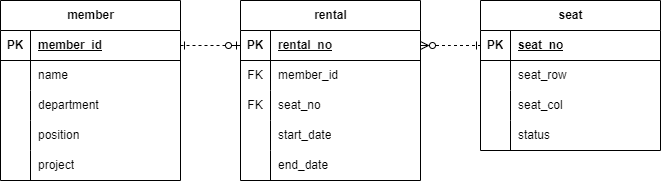
Above: doc/좌석배치erd.png in kdy0707/arranginseats (draw.io), before the change. Source tidied: cells renumbered, new cells last; positions are measured from the earlier drawing's top-left corner, leaving out a move shared by most shapes. Its diagram source:
```xml
<mxGraphModel>
  <root>
    <mxCell id="0" />
    <mxCell id="1" parent="0" />
    <mxCell id="2" value="member" style="shape=table;startSize=30;rowLines=0;fontStyle=1;align=center;html=1;" parent="1" vertex="1">
      <mxGeometry width="180" height="180" as="geometry" />
    </mxCell>
    <mxCell id="3" style="shape=tableRow;horizontal=0;startSize=0;swimlaneHead=0;swimlaneBody=0;fillColor=none;points=[[0,0.5],[1,0.5]];portConstraint=eastwest;top=0;left=0;right=0;bottom=1;" parent="2" vertex="1">
      <mxGeometry y="30" width="180" height="30" as="geometry" />
    </mxCell>
    <mxCell id="4" value="PK" style="shape=partialRectangle;fillColor=none;top=0;left=0;bottom=0;right=0;fontStyle=1;overflow=hidden;whiteSpace=wrap;html=1;" parent="3" vertex="1">
      <mxGeometry width="30" height="30" as="geometry" />
    </mxCell>
    <mxCell id="5" value="member_id" style="shape=partialRectangle;fillColor=none;top=0;left=0;bottom=0;right=0;align=left;spacingLeft=6;fontStyle=5;overflow=hidden;whiteSpace=wrap;html=1;" parent="3" vertex="1">
      <mxGeometry x="30" width="150" height="30" as="geometry" />
    </mxCell>
    <mxCell id="6" style="shape=tableRow;horizontal=0;startSize=0;swimlaneHead=0;swimlaneBody=0;fillColor=none;top=0;left=0;right=0;bottom=0;" parent="2" vertex="1">
      <mxGeometry y="60" width="180" height="30" as="geometry" />
    </mxCell>
    <mxCell id="7" style="shape=partialRectangle;fillColor=none;top=0;left=0;bottom=0;right=0;overflow=hidden;whiteSpace=wrap;html=1;" parent="6" vertex="1">
      <mxGeometry width="30" height="30" as="geometry" />
    </mxCell>
    <mxCell id="8" value="name" style="shape=partialRectangle;fillColor=none;top=0;left=0;bottom=0;right=0;align=left;spacingLeft=6;overflow=hidden;whiteSpace=wrap;html=1;" parent="6" vertex="1">
      <mxGeometry x="30" width="150" height="30" as="geometry" />
    </mxCell>
    <mxCell id="9" style="shape=tableRow;horizontal=0;startSize=0;swimlaneHead=0;swimlaneBody=0;fillColor=none;top=0;left=0;right=0;bottom=0;" parent="2" vertex="1">
      <mxGeometry y="90" width="180" height="30" as="geometry" />
    </mxCell>
    <mxCell id="10" style="shape=partialRectangle;fillColor=none;top=0;left=0;bottom=0;right=0;overflow=hidden;whiteSpace=wrap;html=1;" parent="9" vertex="1">
      <mxGeometry width="30" height="30" as="geometry" />
    </mxCell>
    <mxCell id="11" value="department" style="shape=partialRectangle;fillColor=none;top=0;left=0;bottom=0;right=0;align=left;spacingLeft=6;overflow=hidden;whiteSpace=wrap;html=1;" parent="9" vertex="1">
      <mxGeometry x="30" width="150" height="30" as="geometry" />
    </mxCell>
    <mxCell id="12" style="shape=tableRow;horizontal=0;startSize=0;swimlaneHead=0;swimlaneBody=0;fillColor=none;top=0;left=0;right=0;bottom=0;" parent="2" vertex="1">
      <mxGeometry y="120" width="180" height="30" as="geometry" />
    </mxCell>
    <mxCell id="13" style="shape=partialRectangle;fillColor=none;top=0;left=0;bottom=0;right=0;overflow=hidden;whiteSpace=wrap;html=1;" parent="12" vertex="1">
      <mxGeometry width="30" height="30" as="geometry" />
    </mxCell>
    <mxCell id="14" value="position" style="shape=partialRectangle;fillColor=none;top=0;left=0;bottom=0;right=0;align=left;spacingLeft=6;overflow=hidden;whiteSpace=wrap;html=1;" parent="12" vertex="1">
      <mxGeometry x="30" width="150" height="30" as="geometry" />
    </mxCell>
    <mxCell id="15" style="shape=tableRow;horizontal=0;startSize=0;swimlaneHead=0;swimlaneBody=0;fillColor=none;top=0;left=0;right=0;bottom=0;" parent="2" vertex="1">
      <mxGeometry y="150" width="180" height="30" as="geometry" />
    </mxCell>
    <mxCell id="16" style="shape=partialRectangle;fillColor=none;top=0;left=0;bottom=0;right=0;overflow=hidden;whiteSpace=wrap;html=1;" parent="15" vertex="1">
      <mxGeometry width="30" height="30" as="geometry" />
    </mxCell>
    <mxCell id="17" value="project" style="shape=partialRectangle;fillColor=none;top=0;left=0;bottom=0;right=0;align=left;spacingLeft=6;overflow=hidden;whiteSpace=wrap;html=1;" parent="15" vertex="1">
      <mxGeometry x="30" width="150" height="30" as="geometry" />
    </mxCell>
    <mxCell id="18" value="seat" style="shape=table;startSize=30;rowLines=0;fontStyle=1;align=center;html=1;" parent="1" vertex="1">
      <mxGeometry x="480" width="180" height="150" as="geometry" />
    </mxCell>
    <mxCell id="19" style="shape=tableRow;horizontal=0;startSize=0;swimlaneHead=0;swimlaneBody=0;fillColor=none;points=[[0,0.5],[1,0.5]];portConstraint=eastwest;top=0;left=0;right=0;bottom=1;" parent="18" vertex="1">
      <mxGeometry y="30" width="180" height="30" as="geometry" />
    </mxCell>
    <mxCell id="20" value="PK" style="shape=partialRectangle;fillColor=none;top=0;left=0;bottom=0;right=0;fontStyle=1;overflow=hidden;whiteSpace=wrap;html=1;" parent="19" vertex="1">
      <mxGeometry width="30" height="30" as="geometry" />
    </mxCell>
    <mxCell id="21" value="seat_no" style="shape=partialRectangle;fillColor=none;top=0;left=0;bottom=0;right=0;align=left;spacingLeft=6;fontStyle=5;overflow=hidden;whiteSpace=wrap;html=1;" parent="19" vertex="1">
      <mxGeometry x="30" width="150" height="30" as="geometry" />
    </mxCell>
    <mxCell id="22" style="shape=tableRow;horizontal=0;startSize=0;swimlaneHead=0;swimlaneBody=0;fillColor=none;top=0;left=0;right=0;bottom=0;" parent="18" vertex="1">
      <mxGeometry y="60" width="180" height="30" as="geometry" />
    </mxCell>
    <mxCell id="23" style="shape=partialRectangle;fillColor=none;top=0;left=0;bottom=0;right=0;overflow=hidden;whiteSpace=wrap;html=1;" parent="22" vertex="1">
      <mxGeometry width="30" height="30" as="geometry" />
    </mxCell>
    <mxCell id="24" value="seat_row" style="shape=partialRectangle;fillColor=none;top=0;left=0;bottom=0;right=0;align=left;spacingLeft=6;overflow=hidden;whiteSpace=wrap;html=1;" parent="22" vertex="1">
      <mxGeometry x="30" width="150" height="30" as="geometry" />
    </mxCell>
    <mxCell id="25" style="shape=tableRow;horizontal=0;startSize=0;swimlaneHead=0;swimlaneBody=0;fillColor=none;top=0;left=0;right=0;bottom=0;" parent="18" vertex="1">
      <mxGeometry y="90" width="180" height="30" as="geometry" />
    </mxCell>
    <mxCell id="26" style="shape=partialRectangle;fillColor=none;top=0;left=0;bottom=0;right=0;overflow=hidden;whiteSpace=wrap;html=1;" parent="25" vertex="1">
      <mxGeometry width="30" height="30" as="geometry" />
    </mxCell>
    <mxCell id="27" value="seat_col" style="shape=partialRectangle;fillColor=none;top=0;left=0;bottom=0;right=0;align=left;spacingLeft=6;overflow=hidden;whiteSpace=wrap;html=1;" parent="25" vertex="1">
      <mxGeometry x="30" width="150" height="30" as="geometry" />
    </mxCell>
    <mxCell id="28" style="shape=tableRow;horizontal=0;startSize=0;swimlaneHead=0;swimlaneBody=0;fillColor=none;top=0;left=0;right=0;bottom=0;" parent="18" vertex="1">
      <mxGeometry y="120" width="180" height="30" as="geometry" />
    </mxCell>
    <mxCell id="29" style="shape=partialRectangle;fillColor=none;top=0;left=0;bottom=0;right=0;overflow=hidden;whiteSpace=wrap;html=1;" parent="28" vertex="1">
      <mxGeometry width="30" height="30" as="geometry" />
    </mxCell>
    <mxCell id="30" value="status" style="shape=partialRectangle;fillColor=none;top=0;left=0;bottom=0;right=0;align=left;spacingLeft=6;overflow=hidden;whiteSpace=wrap;html=1;" parent="28" vertex="1">
      <mxGeometry x="30" width="150" height="30" as="geometry" />
    </mxCell>
    <mxCell id="31" value="rental" style="shape=table;startSize=30;rowLines=0;fontStyle=1;align=center;html=1;" parent="1" vertex="1">
      <mxGeometry x="240" width="180" height="180" as="geometry" />
    </mxCell>
    <mxCell id="32" style="shape=tableRow;horizontal=0;startSize=0;swimlaneHead=0;swimlaneBody=0;fillColor=none;points=[[0,0.5],[1,0.5]];portConstraint=eastwest;top=0;left=0;right=0;bottom=1;" parent="31" vertex="1">
      <mxGeometry y="30" width="180" height="30" as="geometry" />
    </mxCell>
    <mxCell id="33" value="PK" style="shape=partialRectangle;fillColor=none;top=0;left=0;bottom=0;right=0;fontStyle=1;overflow=hidden;whiteSpace=wrap;html=1;" parent="32" vertex="1">
      <mxGeometry width="30" height="30" as="geometry" />
    </mxCell>
    <mxCell id="34" value="rental_no" style="shape=partialRectangle;fillColor=none;top=0;left=0;bottom=0;right=0;align=left;spacingLeft=6;fontStyle=5;overflow=hidden;whiteSpace=wrap;html=1;" parent="32" vertex="1">
      <mxGeometry x="30" width="150" height="30" as="geometry" />
    </mxCell>
    <mxCell id="35" style="shape=tableRow;horizontal=0;startSize=0;swimlaneHead=0;swimlaneBody=0;fillColor=none;top=0;left=0;right=0;bottom=0;" parent="31" vertex="1">
      <mxGeometry y="60" width="180" height="30" as="geometry" />
    </mxCell>
    <mxCell id="36" value="FK" style="shape=partialRectangle;fillColor=none;top=0;left=0;bottom=0;right=0;overflow=hidden;whiteSpace=wrap;html=1;" parent="35" vertex="1">
      <mxGeometry width="30" height="30" as="geometry" />
    </mxCell>
    <mxCell id="37" value="member_id" style="shape=partialRectangle;fillColor=none;top=0;left=0;bottom=0;right=0;align=left;spacingLeft=6;overflow=hidden;whiteSpace=wrap;html=1;" parent="35" vertex="1">
      <mxGeometry x="30" width="150" height="30" as="geometry" />
    </mxCell>
    <mxCell id="38" style="shape=tableRow;horizontal=0;startSize=0;swimlaneHead=0;swimlaneBody=0;fillColor=none;top=0;left=0;right=0;bottom=0;" parent="31" vertex="1">
      <mxGeometry y="90" width="180" height="30" as="geometry" />
    </mxCell>
    <mxCell id="39" value="FK" style="shape=partialRectangle;fillColor=none;top=0;left=0;bottom=0;right=0;overflow=hidden;whiteSpace=wrap;html=1;" parent="38" vertex="1">
      <mxGeometry width="30" height="30" as="geometry" />
    </mxCell>
    <mxCell id="40" value="seat_no" style="shape=partialRectangle;fillColor=none;top=0;left=0;bottom=0;right=0;align=left;spacingLeft=6;overflow=hidden;whiteSpace=wrap;html=1;" parent="38" vertex="1">
      <mxGeometry x="30" width="150" height="30" as="geometry" />
    </mxCell>
    <mxCell id="41" style="shape=tableRow;horizontal=0;startSize=0;swimlaneHead=0;swimlaneBody=0;fillColor=none;top=0;left=0;right=0;bottom=0;" parent="31" vertex="1">
      <mxGeometry y="120" width="180" height="30" as="geometry" />
    </mxCell>
    <mxCell id="42" style="shape=partialRectangle;fillColor=none;top=0;left=0;bottom=0;right=0;overflow=hidden;whiteSpace=wrap;html=1;" parent="41" vertex="1">
      <mxGeometry width="30" height="30" as="geometry" />
    </mxCell>
    <mxCell id="43" value="start_date" style="shape=partialRectangle;fillColor=none;top=0;left=0;bottom=0;right=0;align=left;spacingLeft=6;overflow=hidden;whiteSpace=wrap;html=1;" parent="41" vertex="1">
      <mxGeometry x="30" width="150" height="30" as="geometry" />
    </mxCell>
    <mxCell id="44" style="shape=tableRow;horizontal=0;startSize=0;swimlaneHead=0;swimlaneBody=0;fillColor=none;top=0;left=0;right=0;bottom=0;" parent="31" vertex="1">
      <mxGeometry y="150" width="180" height="30" as="geometry" />
    </mxCell>
    <mxCell id="45" style="shape=partialRectangle;fillColor=none;top=0;left=0;bottom=0;right=0;overflow=hidden;whiteSpace=wrap;html=1;" parent="44" vertex="1">
      <mxGeometry width="30" height="30" as="geometry" />
    </mxCell>
    <mxCell id="46" value="end_date" style="shape=partialRectangle;fillColor=none;top=0;left=0;bottom=0;right=0;align=left;spacingLeft=6;overflow=hidden;whiteSpace=wrap;html=1;" parent="44" vertex="1">
      <mxGeometry x="30" width="150" height="30" as="geometry" />
    </mxCell>
    <mxCell id="47" style="edgeStyle=orthogonalEdgeStyle;rounded=0;jettySize=auto;html=1;exitX=0;exitY=0.5;exitDx=0;exitDy=0;entryX=1;entryY=0.5;entryDx=0;entryDy=0;" parent="1" edge="1" source="19" target="x">
      <mxGeometry relative="1" as="geometry" />
    </mxCell>
    <mxCell id="48" style="edgeStyle=entityRelationEdgeStyle;fontSize=12;html=1;endArrow=ERzeroToOne;startArrow=ERone;rounded=0;exitX=1;exitY=0.5;exitDx=0;exitDy=0;entryX=0;entryY=0.5;entryDx=0;entryDy=0;dashed=1;startFill=0;endFill=0;" parent="1" edge="1" source="3" target="32">
      <mxGeometry relative="1" as="geometry" />
    </mxCell>
    <mxCell id="49" style="edgeStyle=entityRelationEdgeStyle;fontSize=12;html=1;endArrow=ERone;startArrow=ERzeroToMany;rounded=0;entryX=0;entryY=0.5;entryDx=0;entryDy=0;exitX=1;exitY=0.5;exitDx=0;exitDy=0;startFill=0;dashed=1;endFill=0;" parent="1" edge="1" source="32" target="19">
      <mxGeometry relative="1" as="geometry" />
    </mxCell>
  </root>
</mxGraphModel>
```
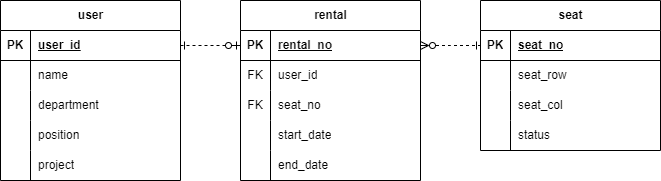
Later version of the same file.

What changed in the source:
```diff
@@ -2,7 +2,7 @@
   <root>
     <mxCell id="0" />
     <mxCell id="1" parent="0" />
-    <mxCell id="2" value="member" style="shape=table;startSize=30;rowLines=0;fontStyle=1;align=center;html=1;" parent="1" vertex="1">
+    <mxCell id="2" value="user" style="shape=table;startSize=30;rowLines=0;fontStyle=1;align=center;html=1;" parent="1" vertex="1">
       <mxGeometry width="180" height="180" as="geometry" />
     </mxCell>
     <mxCell id="3" style="shape=tableRow;horizontal=0;startSize=0;swimlaneHead=0;swimlaneBody=0;fillColor=none;points=[[0,0.5],[1,0.5]];portConstraint=eastwest;top=0;left=0;right=0;bottom=1;" parent="2" vertex="1">
@@ -11,7 +11,7 @@
     <mxCell id="4" value="PK" style="shape=partialRectangle;fillColor=none;top=0;left=0;bottom=0;right=0;fontStyle=1;overflow=hidden;whiteSpace=wrap;html=1;" parent="3" vertex="1">
       <mxGeometry width="30" height="30" as="geometry" />
     </mxCell>
-    <mxCell id="5" value="member_id" style="shape=partialRectangle;fillColor=none;top=0;left=0;bottom=0;right=0;align=left;spacingLeft=6;fontStyle=5;overflow=hidden;whiteSpace=wrap;html=1;" parent="3" vertex="1">
+    <mxCell id="5" value="user_id" style="shape=partialRectangle;fillColor=none;top=0;left=0;bottom=0;right=0;align=left;spacingLeft=6;fontStyle=5;overflow=hidden;whiteSpace=wrap;html=1;" parent="3" vertex="1">
       <mxGeometry x="30" width="150" height="30" as="geometry" />
     </mxCell>
     <mxCell id="6" style="shape=tableRow;horizontal=0;startSize=0;swimlaneHead=0;swimlaneBody=0;fillColor=none;top=0;left=0;right=0;bottom=0;" parent="2" vertex="1">
@@ -107,7 +107,7 @@
     <mxCell id="36" value="FK" style="shape=partialRectangle;fillColor=none;top=0;left=0;bottom=0;right=0;overflow=hidden;whiteSpace=wrap;html=1;" parent="35" vertex="1">
       <mxGeometry width="30" height="30" as="geometry" />
     </mxCell>
-    <mxCell id="37" value="member_id" style="shape=partialRectangle;fillColor=none;top=0;left=0;bottom=0;right=0;align=left;spacingLeft=6;overflow=hidden;whiteSpace=wrap;html=1;" parent="35" vertex="1">
+    <mxCell id="37" value="user_id" style="shape=partialRectangle;fillColor=none;top=0;left=0;bottom=0;right=0;align=left;spacingLeft=6;overflow=hidden;whiteSpace=wrap;html=1;" parent="35" vertex="1">
       <mxGeometry x="30" width="150" height="30" as="geometry" />
     </mxCell>
     <mxCell id="38" style="shape=tableRow;horizontal=0;startSize=0;swimlaneHead=0;swimlaneBody=0;fillColor=none;top=0;left=0;right=0;bottom=0;" parent="31" vertex="1">
```
